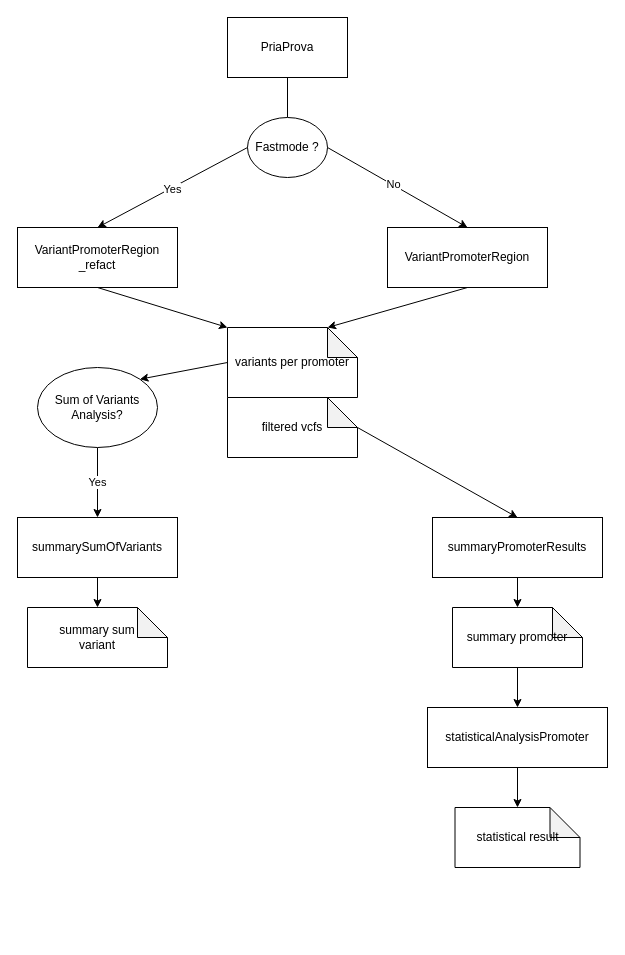
Earlier version of the draw.io diagram promoter/structure.drawio (MartinKahabka/ClIntKahabka). Source tidied: cells renumbered, new cells numbered last; positions are measured from the earlier drawing's top-left corner, leaving out a move shared by most shapes. Both pictures are drawn from the tidied source at 100%, with x=0, y=0 at pixel (17, 17).
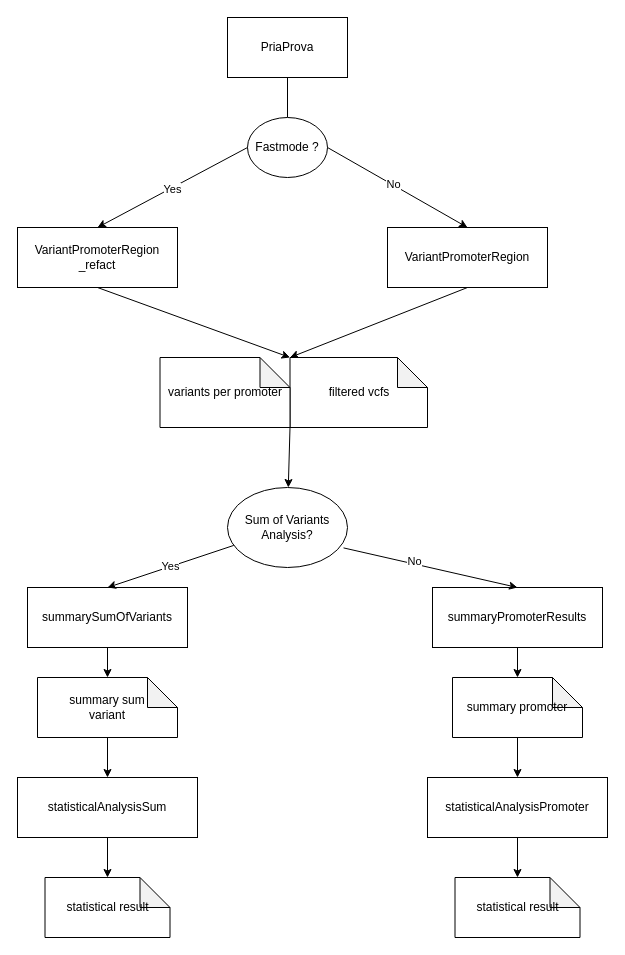
Above is the later version.

The change refers to these unchanged cells:
```xml
<mxCell id="3" value="VariantPromoterRegion" style="rounded=0;whiteSpace=wrap;html=1;" parent="1" vertex="1">
  <mxGeometry x="370" y="210" width="160" height="60" as="geometry" />
</mxCell>
<mxCell id="9" value="VariantPromoterRegion&lt;br&gt;_refact" style="rounded=0;whiteSpace=wrap;html=1;" parent="1" vertex="1">
  <mxGeometry y="210" width="160" height="60" as="geometry" />
</mxCell>
```

What changed in the source:
```diff
@@
-    <mxCell id="2" style="edgeStyle=none;html=1;exitX=0.5;exitY=1;exitDx=0;exitDy=0;entryX=0;entryY=0;entryDx=100;entryDy=0;entryPerimeter=0;" parent="1" edge="1" source="3" target="25">
+    <mxCell id="2" style="edgeStyle=none;html=1;exitX=0.5;exitY=1;exitDx=0;exitDy=0;entryX=0;entryY=0;entryDx=0;entryDy=0;entryPerimeter=0;" parent="1" edge="1" source="3" target="18">
       <mxGeometry relative="1" as="geometry" />
     </mxCell>
@@
     <mxCell id="5" value="summaryPromoterResults" style="rounded=0;whiteSpace=wrap;html=1;" parent="1" vertex="1">
-      <mxGeometry x="415" y="500" width="170" height="60" as="geometry" />
+      <mxGeometry x="415" y="570" width="170" height="60" as="geometry" />
     </mxCell>
@@
     <mxCell id="7" value="statisticalAnalysisPromoter" style="rounded=0;whiteSpace=wrap;html=1;" parent="1" vertex="1">
-      <mxGeometry x="410" y="690" width="180" height="60" as="geometry" />
+      <mxGeometry x="410" y="760" width="180" height="60" as="geometry" />
     </mxCell>
-    <mxCell id="8" style="edgeStyle=none;html=1;exitX=0.5;exitY=1;exitDx=0;exitDy=0;entryX=0;entryY=0;entryDx=0;entryDy=0;entryPerimeter=0;" parent="1" edge="1" source="9" target="25">
+    <mxCell id="8" style="edgeStyle=none;html=1;exitX=0.5;exitY=1;exitDx=0;exitDy=0;entryX=0;entryY=0;entryDx=0;entryDy=0;entryPerimeter=0;" parent="1" edge="1" source="9" target="18">
       <mxGeometry relative="1" as="geometry" />
     </mxCell>
@@
-    <mxCell id="17" style="edgeStyle=none;html=1;exitX=0;exitY=0;exitDx=130;exitDy=30;exitPerimeter=0;entryX=0.5;entryY=0;entryDx=0;entryDy=0;" parent="1" edge="1" source="18" target="5">
+    <mxCell id="17" style="edgeStyle=none;html=1;exitX=0.967;exitY=0.755;exitDx=0;exitDy=0;entryX=0.5;entryY=0;entryDx=0;entryDy=0;exitPerimeter=0;" parent="1" edge="1" source="27" target="5">
       <mxGeometry relative="1" as="geometry" />
     </mxCell>
+    <mxCell id="29" value="No" style="edgeLabel;html=1;align=center;verticalAlign=middle;" parent="17" vertex="1">
+      <mxGeometry x="-0.19" y="3" relative="1" as="geometry" />
+    </mxCell>
     <mxCell id="18" value="filtered vcfs" style="shape=note;whiteSpace=wrap;html=1;backgroundOutline=1;darkOpacity=0.05;" parent="1" vertex="1">
-      <mxGeometry x="210" y="380" width="130" height="60" as="geometry" />
+      <mxGeometry x="272.5" y="340" width="137.5" height="70" as="geometry" />
     </mxCell>
@@
     <mxCell id="20" value="summary promoter" style="shape=note;whiteSpace=wrap;html=1;backgroundOutline=1;darkOpacity=0.05;" parent="1" vertex="1">
-      <mxGeometry x="435" y="590" width="130" height="60" as="geometry" />
+      <mxGeometry x="435" y="660" width="130" height="60" as="geometry" />
     </mxCell>
     <mxCell id="21" value="statistical result" style="shape=note;whiteSpace=wrap;html=1;backgroundOutline=1;darkOpacity=0.05;" parent="1" vertex="1">
-      <mxGeometry x="437.5" y="790" width="125" height="60" as="geometry" />
+      <mxGeometry x="437.5" y="860" width="125" height="60" as="geometry" />
     </mxCell>
@@
     <mxCell id="23" value="summarySumOfVariants" style="whiteSpace=wrap;html=1;" parent="1" vertex="1">
-      <mxGeometry y="500" width="160" height="60" as="geometry" />
+      <mxGeometry x="10" y="570" width="160" height="60" as="geometry" />
     </mxCell>
-    <mxCell id="24" style="edgeStyle=none;html=1;exitX=0;exitY=0.5;exitDx=0;exitDy=0;exitPerimeter=0;entryX=1;entryY=0;entryDx=0;entryDy=0;" parent="1" edge="1" source="25" target="27">
+    <mxCell id="24" style="edgeStyle=none;html=1;exitX=1;exitY=1;exitDx=0;exitDy=0;exitPerimeter=0;" parent="1" edge="1" source="25" target="27">
       <mxGeometry relative="1" as="geometry" />
     </mxCell>
     <mxCell id="25" value="variants per promoter" style="shape=note;whiteSpace=wrap;html=1;backgroundOutline=1;darkOpacity=0.05;" parent="1" vertex="1">
-      <mxGeometry x="210" y="310" width="130" height="70" as="geometry" />
+      <mxGeometry x="142.5" y="340" width="130" height="70" as="geometry" />
     </mxCell>
-    <mxCell id="26" value="Yes" style="edgeStyle=none;html=1;exitX=0.5;exitY=1;exitDx=0;exitDy=0;entryX=0.5;entryY=0;entryDx=0;entryDy=0;" parent="1" edge="1" source="27" target="23">
+    <mxCell id="26" value="Yes" style="edgeStyle=none;html=1;entryX=0.5;entryY=0;entryDx=0;entryDy=0;" parent="1" edge="1" source="27" target="23">
       <mxGeometry relative="1" as="geometry" />
     </mxCell>
     <mxCell id="27" value="Sum of Variants&lt;br&gt;Analysis?" style="ellipse;whiteSpace=wrap;html=1;" parent="1" vertex="1">
-      <mxGeometry x="20" y="350" width="120" height="80" as="geometry" />
+      <mxGeometry x="210" y="470" width="120" height="80" as="geometry" />
     </mxCell>
     <mxCell id="28" value="summary sum&lt;br&gt;variant" style="shape=note;whiteSpace=wrap;html=1;backgroundOutline=1;darkOpacity=0.05;" parent="1" vertex="1">
-      <mxGeometry x="10" y="590" width="140" height="60" as="geometry" />
+      <mxGeometry x="20" y="660" width="140" height="60" as="geometry" />
     </mxCell>
+    <mxCell id="30" style="edgeStyle=none;html=1;exitX=0.5;exitY=1;exitDx=0;exitDy=0;entryX=0.5;entryY=0;entryDx=0;entryDy=0;entryPerimeter=0;" parent="1" edge="1" source="31" target="32">
+      <mxGeometry relative="1" as="geometry" />
+    </mxCell>
+    <mxCell id="31" value="statisticalAnalysisSum" style="rounded=0;whiteSpace=wrap;html=1;" parent="1" vertex="1">
+      <mxGeometry y="760" width="180" height="60" as="geometry" />
+    </mxCell>
+    <mxCell id="32" value="statistical result" style="shape=note;whiteSpace=wrap;html=1;backgroundOutline=1;darkOpacity=0.05;" parent="1" vertex="1">
+      <mxGeometry x="27.5" y="860" width="125" height="60" as="geometry" />
+    </mxCell>
+    <mxCell id="33" style="edgeStyle=none;html=1;exitX=0.5;exitY=1;exitDx=0;exitDy=0;exitPerimeter=0;entryX=0.5;entryY=0;entryDx=0;entryDy=0;" parent="1" edge="1" source="28" target="31">
+      <mxGeometry relative="1" as="geometry" />
+    </mxCell>
```
